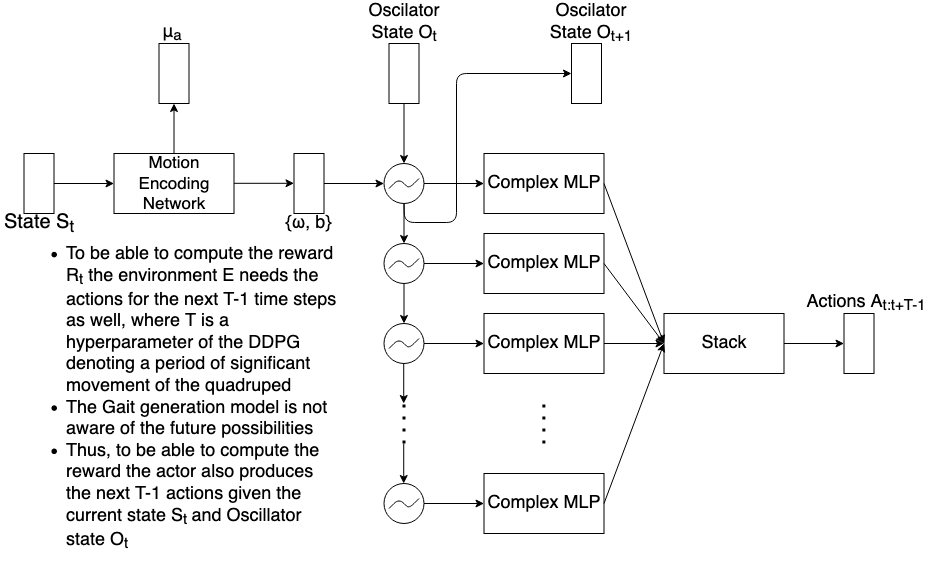
Above: images/actor_rnn.png in shandilya1998/CPGController (draw.io), before the change. Source tidied: cells renumbered, new cells last; positions are measured from the earlier drawing's top-left corner, leaving out a move shared by most shapes. Source of this version:
```xml
<mxGraphModel>
  <root>
    <mxCell id="0" />
    <mxCell id="1" parent="0" />
    <mxCell id="2" style="edgeStyle=orthogonalEdgeStyle;rounded=0;jettySize=auto;html=1;" parent="1" edge="1" source="3" target="48">
      <mxGeometry relative="1" as="geometry" />
    </mxCell>
    <mxCell id="3" value="&lt;font style=&quot;font-size: 17px&quot;&gt;Motion Encoding Network&lt;/font&gt;" style="rounded=0;whiteSpace=wrap;html=1;" parent="1" vertex="1">
      <mxGeometry x="113.5" y="150" width="120" height="60" as="geometry" />
    </mxCell>
    <mxCell id="4" style="edgeStyle=orthogonalEdgeStyle;rounded=0;jettySize=auto;html=1;" parent="1" edge="1" source="5" target="3">
      <mxGeometry relative="1" as="geometry" />
    </mxCell>
    <mxCell id="5" style="rounded=0;whiteSpace=wrap;html=1;" parent="1" vertex="1">
      <mxGeometry x="23.5" y="150" width="30" height="60" as="geometry" />
    </mxCell>
    <mxCell id="6" style="edgeStyle=orthogonalEdgeStyle;rounded=0;jettySize=auto;html=1;" parent="1" edge="1" source="8" target="12">
      <mxGeometry relative="1" as="geometry" />
    </mxCell>
    <mxCell id="7" style="edgeStyle=orthogonalEdgeStyle;rounded=0;jettySize=auto;html=1;strokeWidth=1;" parent="1" edge="1" source="8" target="14">
      <mxGeometry relative="1" as="geometry" />
    </mxCell>
    <mxCell id="8" style="ellipse;whiteSpace=wrap;html=1;" parent="1" vertex="1">
      <mxGeometry x="383.5" y="160" width="40" height="40" as="geometry" />
    </mxCell>
    <mxCell id="9" style="endArrow=none;html=1;" parent="1" edge="1">
      <mxGeometry relative="1" as="geometry">
        <mxPoint x="388.5" y="185" as="sourcePoint" />
        <mxPoint x="418.5" y="175" as="targetPoint" />
        <Array as="points">
          <mxPoint x="398.5" y="175" />
          <mxPoint x="408.5" y="185" />
        </Array>
      </mxGeometry>
    </mxCell>
    <mxCell id="10" style="endArrow=classic;html=1;entryX=0.5;entryY=0;entryDx=0;entryDy=0;" parent="1" edge="1" target="8">
      <mxGeometry relative="1" as="geometry">
        <mxPoint x="403.5" y="100" as="sourcePoint" />
      </mxGeometry>
    </mxCell>
    <mxCell id="11" style="rounded=0;whiteSpace=wrap;html=1;" parent="1" vertex="1">
      <mxGeometry x="388.5" y="40" width="30" height="60" as="geometry" />
    </mxCell>
    <mxCell id="12" value="&lt;font style=&quot;font-size: 18px&quot;&gt;Complex MLP&lt;/font&gt;" style="whiteSpace=wrap;html=1;" parent="1" vertex="1">
      <mxGeometry x="483.5" y="150" width="120" height="60" as="geometry" />
    </mxCell>
    <mxCell id="13" style="edgeStyle=orthogonalEdgeStyle;rounded=0;jettySize=auto;html=1;strokeWidth=1;" parent="1" edge="1" source="14" target="16">
      <mxGeometry relative="1" as="geometry" />
    </mxCell>
    <mxCell id="14" style="ellipse;whiteSpace=wrap;html=1;" parent="1" vertex="1">
      <mxGeometry x="383.5" y="240" width="40" height="40" as="geometry" />
    </mxCell>
    <mxCell id="15" style="endArrow=none;html=1;" parent="1" edge="1">
      <mxGeometry relative="1" as="geometry">
        <mxPoint x="388.5" y="265" as="sourcePoint" />
        <mxPoint x="418.5" y="255" as="targetPoint" />
        <Array as="points">
          <mxPoint x="398.5" y="255" />
          <mxPoint x="408.5" y="265" />
        </Array>
      </mxGeometry>
    </mxCell>
    <mxCell id="16" style="ellipse;whiteSpace=wrap;html=1;" parent="1" vertex="1">
      <mxGeometry x="383.5" y="320" width="40" height="40" as="geometry" />
    </mxCell>
    <mxCell id="17" style="endArrow=none;html=1;" parent="1" edge="1">
      <mxGeometry relative="1" as="geometry">
        <mxPoint x="388.5" y="345" as="sourcePoint" />
        <mxPoint x="418.5" y="335" as="targetPoint" />
        <Array as="points">
          <mxPoint x="398.5" y="335" />
          <mxPoint x="408.5" y="345" />
        </Array>
      </mxGeometry>
    </mxCell>
    <mxCell id="18" style="ellipse;whiteSpace=wrap;html=1;" parent="1" vertex="1">
      <mxGeometry x="383.5" y="480" width="40" height="40" as="geometry" />
    </mxCell>
    <mxCell id="19" style="endArrow=none;html=1;" parent="1" edge="1">
      <mxGeometry relative="1" as="geometry">
        <mxPoint x="388.5" y="505" as="sourcePoint" />
        <mxPoint x="418.5" y="495" as="targetPoint" />
        <Array as="points">
          <mxPoint x="398.5" y="495" />
          <mxPoint x="408.5" y="505" />
        </Array>
      </mxGeometry>
    </mxCell>
    <mxCell id="20" style="endArrow=none;dashed=1;html=1;dashPattern=1 3;strokeWidth=3;" parent="1" edge="1">
      <mxGeometry relative="1" as="geometry">
        <mxPoint x="403.5" y="440" as="sourcePoint" />
        <mxPoint x="403.5" y="400" as="targetPoint" />
      </mxGeometry>
    </mxCell>
    <mxCell id="21" style="edgeStyle=orthogonalEdgeStyle;rounded=0;jettySize=auto;html=1;strokeWidth=1;" parent="1" edge="1" source="22" target="8">
      <mxGeometry relative="1" as="geometry" />
    </mxCell>
    <mxCell id="22" style="rounded=0;whiteSpace=wrap;html=1;" parent="1" vertex="1">
      <mxGeometry x="293.5" y="150" width="30" height="60" as="geometry" />
    </mxCell>
    <mxCell id="23" style="edgeStyle=orthogonalEdgeStyle;rounded=0;orthogonalLoop=1;jettySize=auto;html=1;" parent="1" edge="1">
      <mxGeometry relative="1" as="geometry">
        <mxPoint x="233.5" y="179.8" as="sourcePoint" />
        <mxPoint x="293.5" y="179.8" as="targetPoint" />
      </mxGeometry>
    </mxCell>
    <mxCell id="24" style="edgeStyle=orthogonalEdgeStyle;rounded=0;orthogonalLoop=1;jettySize=auto;html=1;strokeWidth=1;" parent="1" edge="1">
      <mxGeometry relative="1" as="geometry">
        <mxPoint x="403.2" y="360" as="sourcePoint" />
        <mxPoint x="403.2" y="400" as="targetPoint" />
      </mxGeometry>
    </mxCell>
    <mxCell id="25" style="edgeStyle=orthogonalEdgeStyle;rounded=0;orthogonalLoop=1;jettySize=auto;html=1;strokeWidth=1;" parent="1" edge="1">
      <mxGeometry relative="1" as="geometry">
        <mxPoint x="403.2" y="440" as="sourcePoint" />
        <mxPoint x="403.2" y="480" as="targetPoint" />
      </mxGeometry>
    </mxCell>
    <mxCell id="26" style="edgeStyle=orthogonalEdgeStyle;rounded=0;jettySize=auto;html=1;" parent="1" edge="1" target="27">
      <mxGeometry relative="1" as="geometry">
        <mxPoint x="423.5" y="260" as="sourcePoint" />
      </mxGeometry>
    </mxCell>
    <mxCell id="27" value="&lt;font style=&quot;font-size: 18px&quot;&gt;Complex MLP&lt;/font&gt;" style="whiteSpace=wrap;html=1;" parent="1" vertex="1">
      <mxGeometry x="483.5" y="230" width="120" height="60" as="geometry" />
    </mxCell>
    <mxCell id="28" style="edgeStyle=orthogonalEdgeStyle;rounded=0;jettySize=auto;html=1;" parent="1" edge="1" target="29">
      <mxGeometry relative="1" as="geometry">
        <mxPoint x="423.5" y="340" as="sourcePoint" />
      </mxGeometry>
    </mxCell>
    <mxCell id="29" value="&lt;font style=&quot;font-size: 18px&quot;&gt;Complex MLP&lt;/font&gt;" style="whiteSpace=wrap;html=1;" parent="1" vertex="1">
      <mxGeometry x="483.5" y="310" width="120" height="60" as="geometry" />
    </mxCell>
    <mxCell id="30" style="edgeStyle=orthogonalEdgeStyle;rounded=0;jettySize=auto;html=1;" parent="1" edge="1" target="31">
      <mxGeometry relative="1" as="geometry">
        <mxPoint x="423.5" y="500" as="sourcePoint" />
      </mxGeometry>
    </mxCell>
    <mxCell id="31" value="&lt;font style=&quot;font-size: 18px&quot;&gt;Complex MLP&lt;/font&gt;" style="whiteSpace=wrap;html=1;" parent="1" vertex="1">
      <mxGeometry x="483.5" y="470" width="120" height="60" as="geometry" />
    </mxCell>
    <mxCell id="32" style="endArrow=none;dashed=1;html=1;dashPattern=1 3;strokeWidth=3;" parent="1" edge="1">
      <mxGeometry relative="1" as="geometry">
        <mxPoint x="543.4" y="440" as="sourcePoint" />
        <mxPoint x="543.4" y="400" as="targetPoint" />
      </mxGeometry>
    </mxCell>
    <mxCell id="33" style="edgeStyle=orthogonalEdgeStyle;rounded=0;jettySize=auto;html=1;strokeWidth=1;" parent="1" edge="1" source="34" target="39">
      <mxGeometry relative="1" as="geometry" />
    </mxCell>
    <mxCell id="34" value="&lt;font style=&quot;font-size: 18px&quot;&gt;Stack&lt;/font&gt;" style="whiteSpace=wrap;html=1;" parent="1" vertex="1">
      <mxGeometry x="663.5" y="310" width="120" height="60" as="geometry" />
    </mxCell>
    <mxCell id="35" style="endArrow=classic;html=1;strokeWidth=1;exitX=1;exitY=0.5;exitDx=0;exitDy=0;entryX=0;entryY=0.5;entryDx=0;entryDy=0;" parent="1" edge="1" target="34">
      <mxGeometry relative="1" as="geometry">
        <mxPoint x="603.5" y="180" as="sourcePoint" />
      </mxGeometry>
    </mxCell>
    <mxCell id="36" style="endArrow=classic;html=1;strokeWidth=1;exitX=1;exitY=0.5;exitDx=0;exitDy=0;entryX=0;entryY=0.5;entryDx=0;entryDy=0;" parent="1" edge="1" target="34">
      <mxGeometry relative="1" as="geometry">
        <mxPoint x="603.5" y="260" as="sourcePoint" />
      </mxGeometry>
    </mxCell>
    <mxCell id="37" style="endArrow=classic;html=1;strokeWidth=1;exitX=1;exitY=0.5;exitDx=0;exitDy=0;entryX=0;entryY=0.5;entryDx=0;entryDy=0;" parent="1" edge="1" target="34">
      <mxGeometry relative="1" as="geometry">
        <mxPoint x="603.5" y="340" as="sourcePoint" />
      </mxGeometry>
    </mxCell>
    <mxCell id="38" style="endArrow=classic;html=1;strokeWidth=1;exitX=1;exitY=0.5;exitDx=0;exitDy=0;entryX=0;entryY=0.5;entryDx=0;entryDy=0;" parent="1" edge="1" target="34">
      <mxGeometry relative="1" as="geometry">
        <mxPoint x="603.5" y="500" as="sourcePoint" />
      </mxGeometry>
    </mxCell>
    <mxCell id="39" style="rounded=0;whiteSpace=wrap;html=1;" parent="1" vertex="1">
      <mxGeometry x="843.5" y="310" width="30" height="60" as="geometry" />
    </mxCell>
    <mxCell id="40" style="rounded=0;whiteSpace=wrap;html=1;" parent="1" vertex="1">
      <mxGeometry x="571" y="40" width="30" height="60" as="geometry" />
    </mxCell>
    <mxCell id="41" value="&lt;font style=&quot;font-size: 18px&quot;&gt;{&lt;span class=&quot;ILfuVd NA6bn&quot;&gt;&lt;span class=&quot;hgKElc&quot;&gt;&lt;/span&gt;&lt;/span&gt;&lt;span class=&quot;ILfuVd&quot;&gt;&lt;span class=&quot;hgKElc&quot;&gt;ω, b&lt;/span&gt;&lt;/span&gt;}&lt;/font&gt;" style="text;html=1;strokeColor=none;fillColor=none;align=center;verticalAlign=middle;whiteSpace=wrap;rounded=0;" parent="1" vertex="1">
      <mxGeometry x="272.2" y="210" width="72.5" height="20" as="geometry" />
    </mxCell>
    <mxCell id="42" value="&lt;font style=&quot;font-size: 18px&quot;&gt;Oscilator &lt;font style=&quot;font-size: 18px&quot;&gt;State O&lt;sub&gt;t&lt;/sub&gt;&lt;br&gt;&lt;/font&gt;&lt;/font&gt;" style="text;html=1;strokeColor=none;fillColor=none;align=center;verticalAlign=middle;whiteSpace=wrap;rounded=0;" parent="1" vertex="1">
      <mxGeometry x="363.5" width="80" height="40" as="geometry" />
    </mxCell>
    <mxCell id="43" value="&lt;font style=&quot;font-size: 20px&quot;&gt;State&lt;/font&gt;&lt;font style=&quot;font-size: 20px&quot;&gt; S&lt;sub&gt;t&lt;/sub&gt;&lt;br&gt;&lt;/font&gt;" style="text;html=1;strokeColor=none;fillColor=none;align=center;verticalAlign=middle;whiteSpace=wrap;rounded=0;" parent="1" vertex="1">
      <mxGeometry x="-0.2" y="210" width="77.5" height="20" as="geometry" />
    </mxCell>
    <mxCell id="44" value="&lt;font style=&quot;font-size: 18px&quot;&gt;Action&lt;/font&gt;&lt;font style=&quot;font-size: 18px&quot;&gt;s A&lt;/font&gt;&lt;font style=&quot;font-size: 18px&quot;&gt;&lt;sub&gt;t:t+T-1&lt;/sub&gt;&lt;/font&gt;" style="text;html=1;strokeColor=none;fillColor=none;align=center;verticalAlign=middle;whiteSpace=wrap;rounded=0;" parent="1" vertex="1">
      <mxGeometry x="804.1" y="290" width="123.8" height="20" as="geometry" />
    </mxCell>
    <mxCell id="45" value="&lt;ul style=&quot;font-size: 18px&quot;&gt;&lt;li&gt;&lt;font style=&quot;font-size: 18px&quot;&gt;To be able to compute the reward R&lt;sub&gt;t&lt;/sub&gt; the environment E needs the actions for the next T-1 time steps as well, where T is a hyperparameter of the DDPG denoting a period of significant movement of the quadruped&lt;br&gt;&lt;/font&gt;&lt;/li&gt;&lt;li&gt;&lt;font style=&quot;font-size: 18px&quot;&gt;The Gait generation model is not aware of the future possibilities&lt;/font&gt;&lt;/li&gt;&lt;li&gt;&lt;font style=&quot;font-size: 18px&quot;&gt;Thus, to be able to compute the reward the actor also produces the next T-1 actions given the current state S&lt;sub&gt;t &lt;/sub&gt;and Oscillator state O&lt;sub&gt;t&lt;/sub&gt;&lt;br&gt;&lt;/font&gt;&lt;/li&gt;&lt;/ul&gt;" style="text;html=1;strokeColor=none;fillColor=none;align=left;verticalAlign=middle;whiteSpace=wrap;rounded=0;" parent="1" vertex="1">
      <mxGeometry x="23.5" y="250" width="312.5" height="289" as="geometry" />
    </mxCell>
    <mxCell id="46" value="&lt;font style=&quot;font-size: 18px&quot;&gt;Oscilator &lt;font style=&quot;font-size: 18px&quot;&gt;State O&lt;sub&gt;t+1&lt;/sub&gt;&lt;/font&gt;&lt;/font&gt;" style="text;html=1;strokeColor=none;fillColor=none;align=center;verticalAlign=middle;whiteSpace=wrap;rounded=0;" parent="1" vertex="1">
      <mxGeometry x="546" width="90" height="40" as="geometry" />
    </mxCell>
    <mxCell id="47" style="endArrow=classic;html=1;strokeWidth=1;exitX=0.5;exitY=1;exitDx=0;exitDy=0;entryX=0;entryY=0.5;entryDx=0;entryDy=0;" parent="1" edge="1" source="8" target="40">
      <mxGeometry relative="1" as="geometry">
        <Array as="points">
          <mxPoint x="404" y="219" />
          <mxPoint x="456" y="219" />
          <mxPoint x="456" y="70" />
        </Array>
      </mxGeometry>
    </mxCell>
    <mxCell id="48" style="rounded=0;whiteSpace=wrap;html=1;" parent="1" vertex="1">
      <mxGeometry x="158.5" y="40" width="30" height="60" as="geometry" />
    </mxCell>
    <mxCell id="49" value="&lt;font style=&quot;font-size: 18px&quot;&gt;&lt;span class=&quot;ILfuVd NA6bn&quot;&gt;&lt;span class=&quot;hgKElc&quot;&gt;μ&lt;sub&gt;a&lt;/sub&gt;&lt;/span&gt;&lt;/span&gt;&lt;/font&gt;" style="text;html=1;strokeColor=none;fillColor=none;align=center;verticalAlign=middle;whiteSpace=wrap;rounded=0;" parent="1" vertex="1">
      <mxGeometry x="152.2" y="20" width="40" height="20" as="geometry" />
    </mxCell>
  </root>
</mxGraphModel>
```
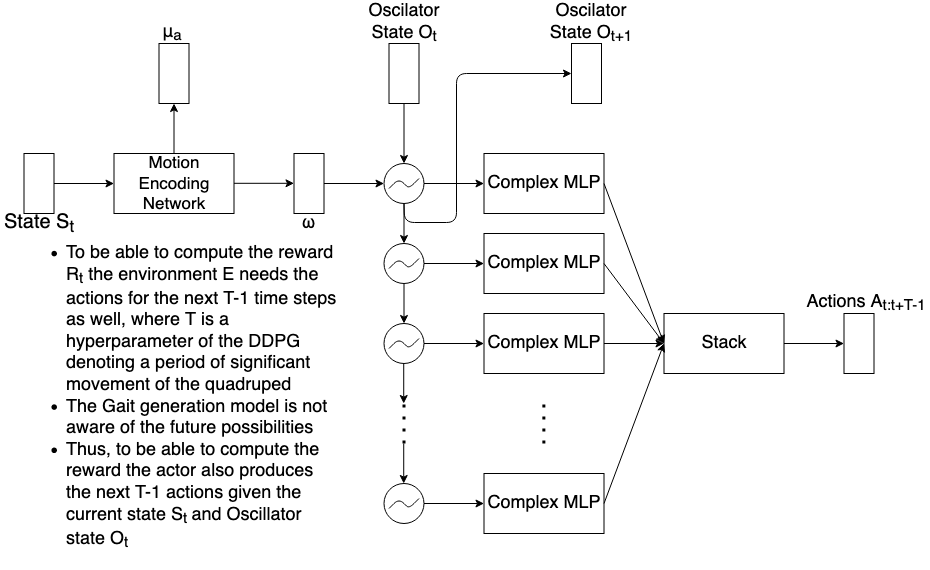
The same file after the commit.

The edit, as a diff of the source:
```diff
@@ -178,7 +178,7 @@
     <mxCell id="40" style="rounded=0;whiteSpace=wrap;html=1;" parent="1" vertex="1">
       <mxGeometry x="571" y="40" width="30" height="60" as="geometry" />
     </mxCell>
-    <mxCell id="41" value="&lt;font style=&quot;font-size: 18px&quot;&gt;{&lt;span class=&quot;ILfuVd NA6bn&quot;&gt;&lt;span class=&quot;hgKElc&quot;&gt;&lt;/span&gt;&lt;/span&gt;&lt;span class=&quot;ILfuVd&quot;&gt;&lt;span class=&quot;hgKElc&quot;&gt;ω, b&lt;/span&gt;&lt;/span&gt;}&lt;/font&gt;" style="text;html=1;strokeColor=none;fillColor=none;align=center;verticalAlign=middle;whiteSpace=wrap;rounded=0;" parent="1" vertex="1">
+    <mxCell id="41" value="&lt;div&gt;&lt;font style=&quot;font-size: 18px&quot;&gt;&lt;span class=&quot;ILfuVd&quot;&gt;&lt;span class=&quot;hgKElc&quot;&gt;ω&lt;/span&gt;&lt;/span&gt;&lt;/font&gt;&lt;/div&gt;&lt;div&gt;&lt;font style=&quot;font-size: 18px&quot;&gt;&lt;span class=&quot;ILfuVd&quot;&gt;&lt;span class=&quot;hgKElc&quot;&gt;&lt;/span&gt;&lt;/span&gt;&lt;/font&gt;&lt;/div&gt;" style="text;html=1;strokeColor=none;fillColor=none;align=center;verticalAlign=middle;whiteSpace=wrap;rounded=0;" parent="1" vertex="1">
       <mxGeometry x="272.2" y="210" width="72.5" height="20" as="geometry" />
     </mxCell>
     <mxCell id="42" value="&lt;font style=&quot;font-size: 18px&quot;&gt;Oscilator &lt;font style=&quot;font-size: 18px&quot;&gt;State O&lt;sub&gt;t&lt;/sub&gt;&lt;br&gt;&lt;/font&gt;&lt;/font&gt;" style="text;html=1;strokeColor=none;fillColor=none;align=center;verticalAlign=middle;whiteSpace=wrap;rounded=0;" parent="1" vertex="1">
```
